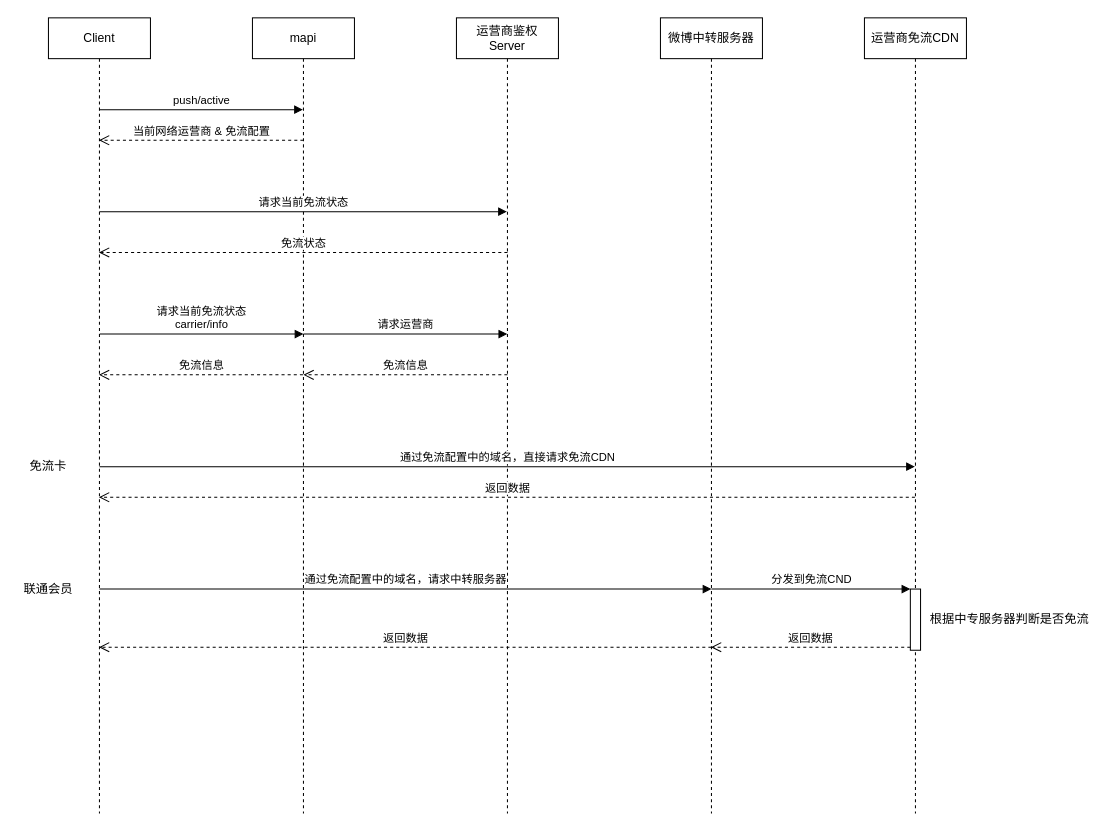
This is page "时序图" (2 of 2) of weibo/微博免流.drawio from huabeiyipilang/disk, a draw.io file, before an edit. Source tidied: cells renumbered, new cells numbered last; positions are measured from the earlier drawing's top-left corner, leaving out a move shared by most shapes. Both pictures are drawn from the tidied source at 102%, with x=0, y=0 at pixel (17, 17).
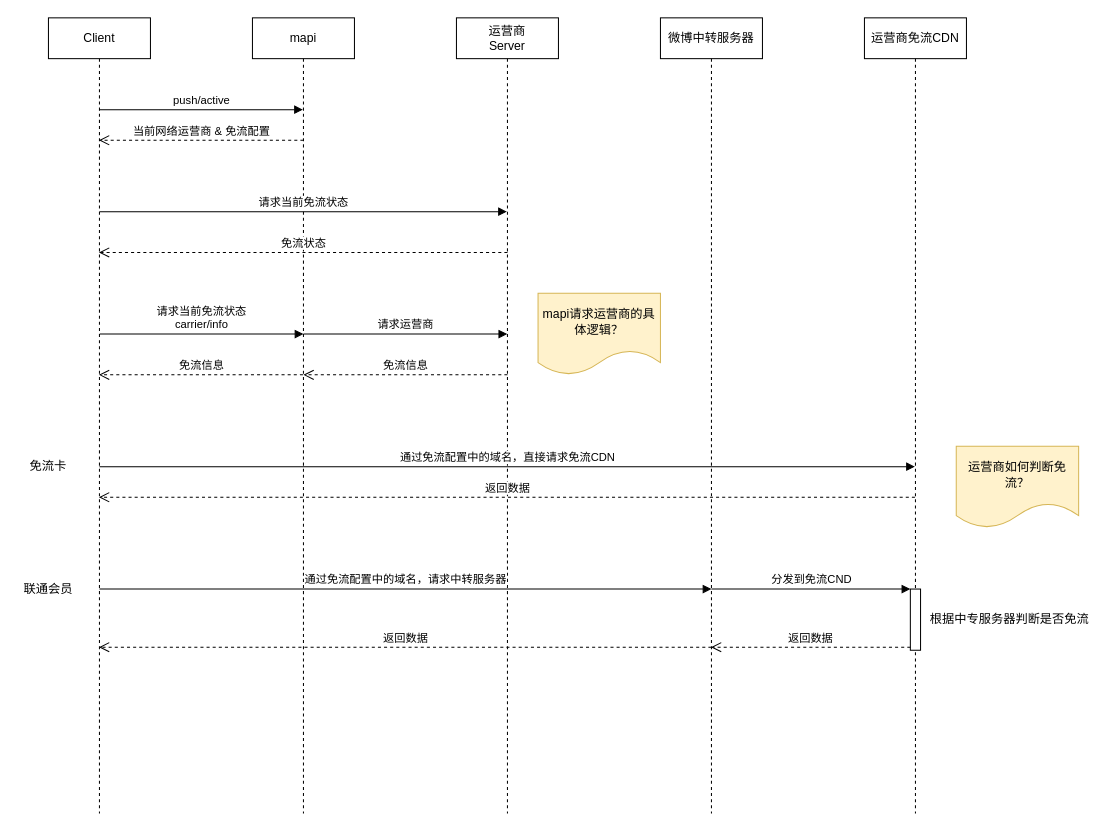
The same page after the edit.

The edit, as a diff of the source:
```diff
@@
-    <mxCell id="5" value="运营商鉴权&lt;br&gt;Server" style="shape=umlLifeline;perimeter=lifelinePerimeter;whiteSpace=wrap;html=1;outlineConnect=0;" parent="1" vertex="1">
+    <mxCell id="5" value="运营商&lt;br&gt;Server" style="shape=umlLifeline;perimeter=lifelinePerimeter;whiteSpace=wrap;html=1;outlineConnect=0;" parent="1" vertex="1">
       <mxGeometry x="430" width="100" height="780" as="geometry" />
     </mxCell>
@@
+    <mxCell id="25" value="运营商如何判断免流？" style="shape=document;whiteSpace=wrap;html=1;boundedLbl=1;fillColor=#fff2cc;strokeColor=#d6b656;" parent="1" vertex="1">
+      <mxGeometry x="920" y="420" width="120" height="80" as="geometry" />
+    </mxCell>
+    <mxCell id="26" value="mapi请求运营商的具体逻辑？" style="shape=document;whiteSpace=wrap;html=1;boundedLbl=1;fillColor=#fff2cc;strokeColor=#d6b656;" parent="1" vertex="1">
+      <mxGeometry x="510" y="270" width="120" height="80" as="geometry" />
+    </mxCell>
```
